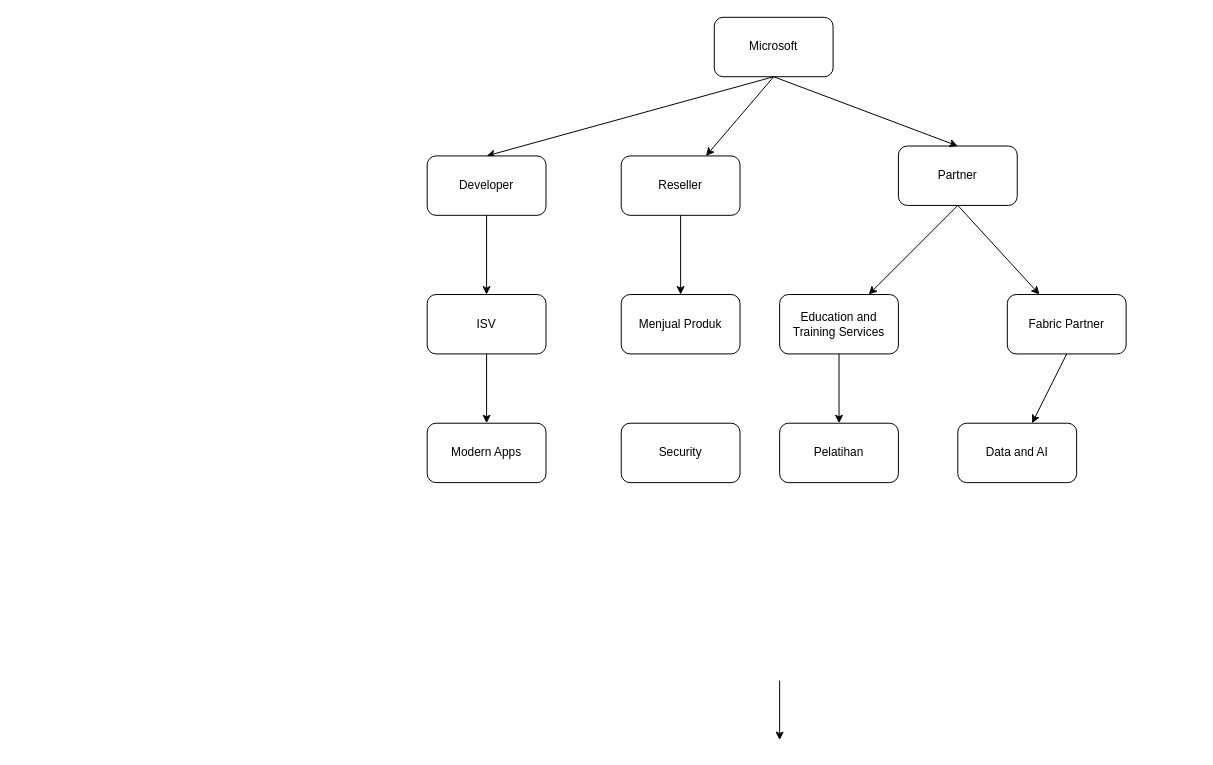
The draw.io diagram page "Microsoft Partner" (2 of 2) of Microsoft Partner.drawio in MiftahRizky/miftahr, before the edit. Source tidied: cells renumbered, new cells numbered last; positions are measured from the earlier drawing's top-left corner, leaving out a move shared by most shapes. Both pictures are drawn from the tidied source at 99%, with x=0, y=0 at pixel (427, 17).
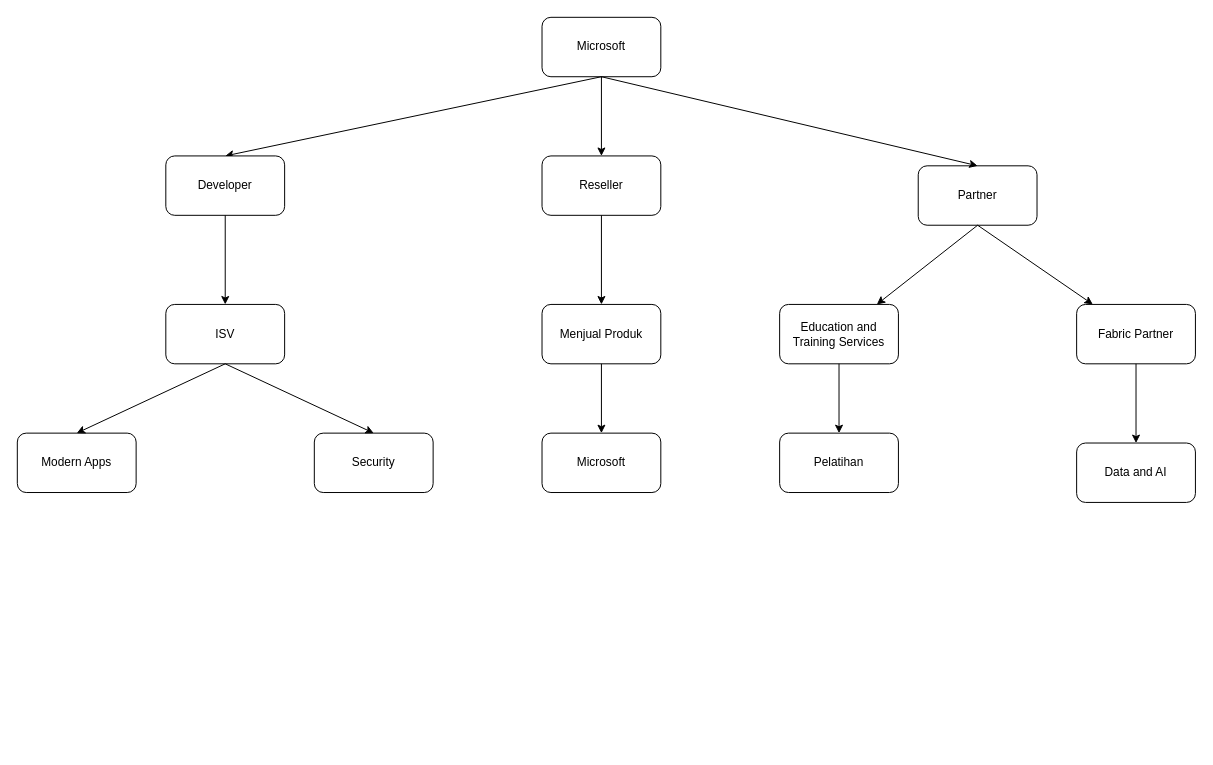
The same diagram, later.

The edit, as a diff of the source:
```diff
@@
     <mxCell id="2" value="Microsoft" style="rounded=1;whiteSpace=wrap;html=1;" parent="1" vertex="1">
-      <mxGeometry x="290" width="120" height="60" as="geometry" />
+      <mxGeometry x="116" width="120" height="60" as="geometry" />
     </mxCell>
@@
     <mxCell id="4" value="Developer" style="rounded=1;whiteSpace=wrap;html=1;" parent="1" vertex="1">
-      <mxGeometry y="140" width="120" height="60" as="geometry" />
+      <mxGeometry x="-264" y="140" width="120" height="60" as="geometry" />
     </mxCell>
     <mxCell id="5" value="Reseller" style="rounded=1;whiteSpace=wrap;html=1;" parent="1" vertex="1">
-      <mxGeometry x="196" y="140" width="120" height="60" as="geometry" />
+      <mxGeometry x="116" y="140" width="120" height="60" as="geometry" />
     </mxCell>
     <mxCell id="6" value="Partner" style="rounded=1;whiteSpace=wrap;html=1;" parent="1" vertex="1">
-      <mxGeometry x="476" y="130" width="120" height="60" as="geometry" />
+      <mxGeometry x="496" y="150" width="120" height="60" as="geometry" />
     </mxCell>
@@
     <mxCell id="12" value="ISV" style="rounded=1;whiteSpace=wrap;html=1;" parent="1" vertex="1">
-      <mxGeometry y="280" width="120" height="60" as="geometry" />
+      <mxGeometry x="-264" y="290" width="120" height="60" as="geometry" />
     </mxCell>
     <mxCell id="13" value="Menjual Produk" style="rounded=1;whiteSpace=wrap;html=1;" parent="1" vertex="1">
-      <mxGeometry x="196" y="280" width="120" height="60" as="geometry" />
+      <mxGeometry x="116" y="290" width="120" height="60" as="geometry" />
     </mxCell>
     <mxCell id="14" value="Education and Training Services" style="rounded=1;whiteSpace=wrap;html=1;" parent="1" vertex="1">
-      <mxGeometry x="356" y="280" width="120" height="60" as="geometry" />
+      <mxGeometry x="356" y="290" width="120" height="60" as="geometry" />
     </mxCell>
@@
     <mxCell id="16" value="Fabric Partner" style="rounded=1;whiteSpace=wrap;html=1;" parent="1" vertex="1">
-      <mxGeometry x="586" y="280" width="120" height="60" as="geometry" />
+      <mxGeometry x="656" y="290" width="120" height="60" as="geometry" />
     </mxCell>
-    <mxCell id="17" style="endArrow=classic;html=1;rounded=0;exitX=0.5;exitY=1;exitDx=0;exitDy=0;" parent="1" edge="1">
-      <mxGeometry relative="1" as="geometry">
-        <mxPoint x="356" y="670" as="sourcePoint" />
-        <mxPoint x="356" y="730" as="targetPoint" />
-      </mxGeometry>
-    </mxCell>
@@
     <mxCell id="19" value="Pelatihan" style="rounded=1;whiteSpace=wrap;html=1;" parent="1" vertex="1">
-      <mxGeometry x="356" y="410" width="120" height="60" as="geometry" />
+      <mxGeometry x="356" y="420" width="120" height="60" as="geometry" />
     </mxCell>
@@
     <mxCell id="21" value="Data and AI" style="rounded=1;whiteSpace=wrap;html=1;" parent="1" vertex="1">
-      <mxGeometry x="536" y="410" width="120" height="60" as="geometry" />
+      <mxGeometry x="656" y="430" width="120" height="60" as="geometry" />
     </mxCell>
     <mxCell id="22" value="Security" style="rounded=1;whiteSpace=wrap;html=1;" parent="1" vertex="1">
-      <mxGeometry x="196" y="410" width="120" height="60" as="geometry" />
+      <mxGeometry x="-114" y="420" width="120" height="60" as="geometry" />
     </mxCell>
     <mxCell id="23" value="Modern Apps" style="rounded=1;whiteSpace=wrap;html=1;" parent="1" vertex="1">
-      <mxGeometry y="410" width="120" height="60" as="geometry" />
+      <mxGeometry x="-414" y="420" width="120" height="60" as="geometry" />
     </mxCell>
@@
+    <mxCell id="25" style="endArrow=classic;html=1;rounded=0;exitX=0.5;exitY=1;exitDx=0;exitDy=0;entryX=0.5;entryY=0;entryDx=0;entryDy=0;" parent="1" edge="1" source="12" target="22">
+      <mxGeometry relative="1" as="geometry" />
+    </mxCell>
+    <mxCell id="26" style="endArrow=classic;html=1;rounded=0;exitX=0.5;exitY=1;exitDx=0;exitDy=0;" parent="1" edge="1" source="13" target="27">
+      <mxGeometry relative="1" as="geometry" />
+    </mxCell>
+    <mxCell id="27" value="Microsoft" style="rounded=1;whiteSpace=wrap;html=1;" parent="1" vertex="1">
+      <mxGeometry x="116" y="420" width="120" height="60" as="geometry" />
+    </mxCell>
```
